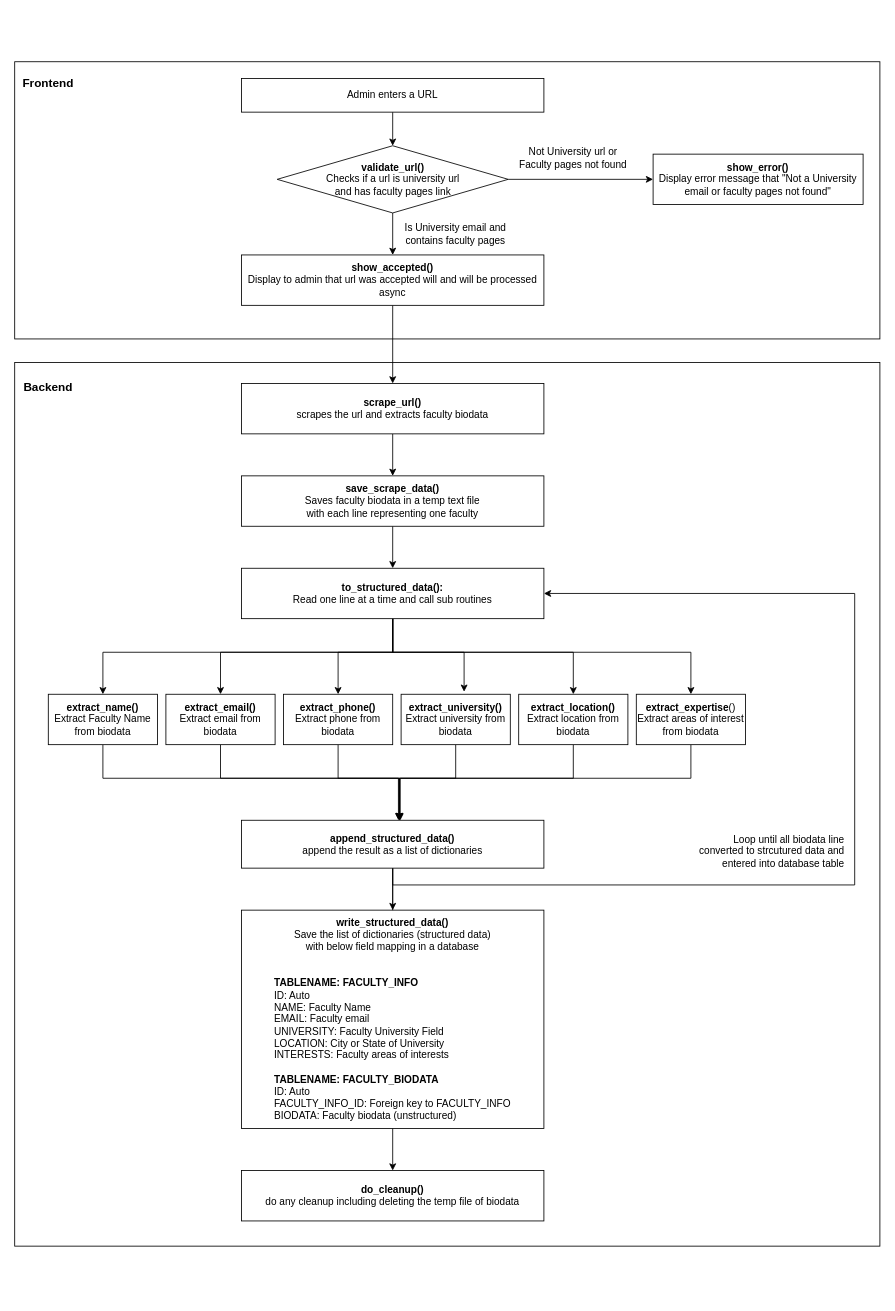
Above: docs/workflows/drawio/admin.drawio in ujjalsaha/FacultySearchEngine (draw.io), before the change. Source tidied: cells renumbered, new cells numbered last; positions are measured from the earlier drawing's top-left corner, leaving out a move shared by most shapes. Both pictures are drawn from the tidied source at 84%, with x=0, y=0 at pixel (14, 61).
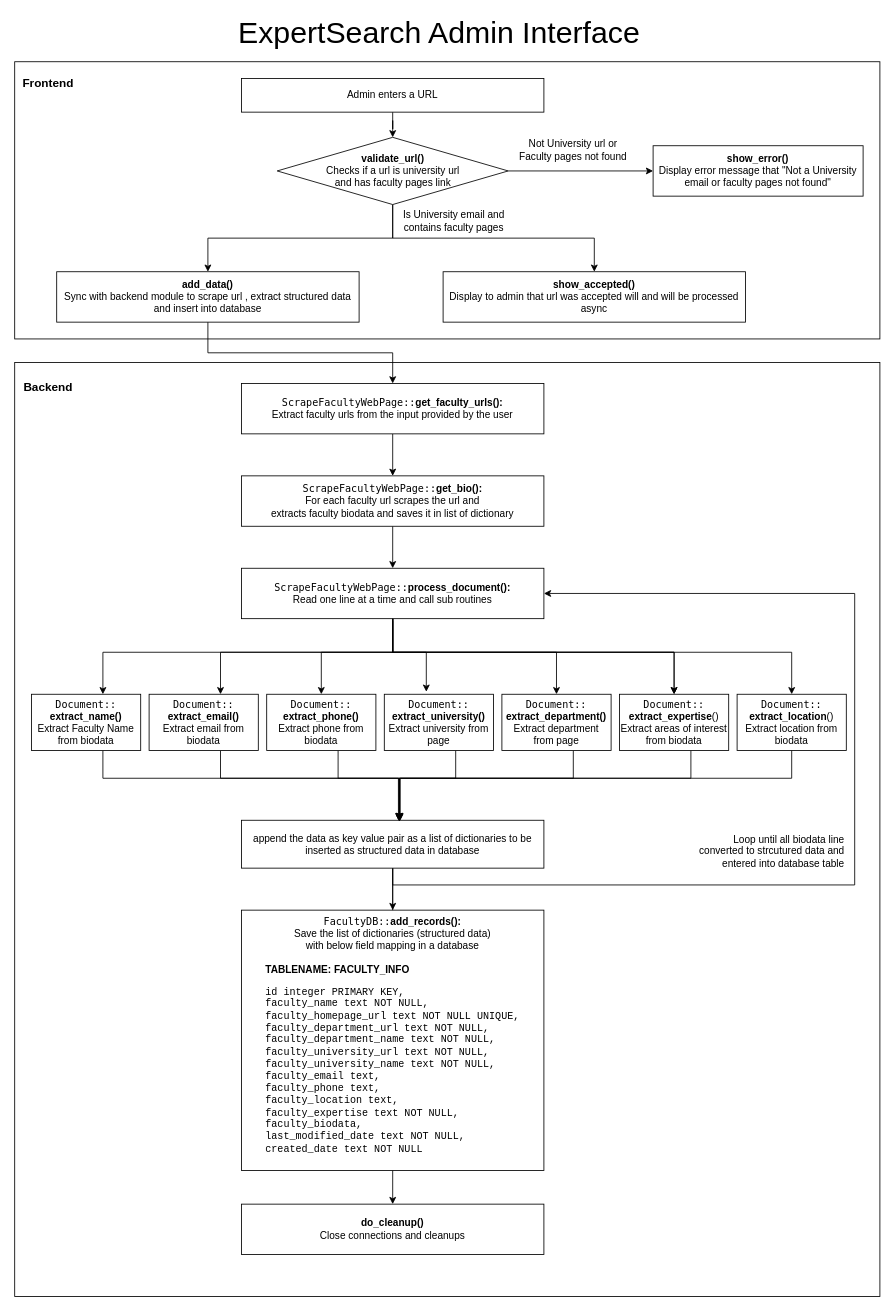
The same diagram, later.

What changed in the source:
```diff
@@
     <mxCell id="2" style="rounded=0;whiteSpace=wrap;html=1;fontSize=14;" parent="1" vertex="1">
-      <mxGeometry y="358" width="1030" height="1052" as="geometry" />
+      <mxGeometry y="358" width="1030" height="1112" as="geometry" />
     </mxCell>
@@
-    <mxCell id="7" value="&lt;b&gt;scrape_url()&lt;br&gt;&lt;/b&gt;scrapes the url and extracts faculty biodata" style="rounded=0;whiteSpace=wrap;html=1;" parent="1" vertex="1">
+    <mxCell id="7" value="&lt;span style=&quot;font-size: 9pt ; background-color: rgb(255 , 255 , 255) ; font-family: &amp;#34;menlo&amp;#34;&quot;&gt;ScrapeFacultyWebPage::&lt;/span&gt;&lt;b&gt;get_faculty_urls():&lt;br&gt;&lt;/b&gt;Extract faculty urls from the input provided by the user" style="rounded=0;whiteSpace=wrap;html=1;" parent="1" vertex="1">
       <mxGeometry x="270" y="383" width="360" height="60" as="geometry" />
     </mxCell>
@@
+    <mxCell id="46" style="edgeStyle=orthogonalEdgeStyle;rounded=0;jettySize=auto;html=1;" parent="1" edge="1" source="10" target="48">
+      <mxGeometry relative="1" as="geometry" />
+    </mxCell>
     <mxCell id="10" value="&lt;b&gt;&lt;span&gt;validate_url()&lt;/span&gt;&lt;br&gt;&lt;/b&gt;&lt;span&gt;Checks if a url is university url &lt;br&gt;and has faculty pages link&lt;/span&gt;" style="rhombus;whiteSpace=wrap;html=1;" parent="1" vertex="1">
-      <mxGeometry x="312.5" y="100" width="275" height="80" as="geometry" />
+      <mxGeometry x="312.5" y="90" width="275" height="80" as="geometry" />
     </mxCell>
     <mxCell id="11" value="Is University email and &lt;br&gt;contains faculty pages" style="text;html=1;strokeColor=none;fillColor=none;align=center;verticalAlign=middle;whiteSpace=wrap;rounded=0;" parent="1" vertex="1">
-      <mxGeometry x="410" y="190" width="230" height="30" as="geometry" />
+      <mxGeometry x="457.5" y="175" width="130" height="30" as="geometry" />
     </mxCell>
     <mxCell id="12" value="&lt;b&gt;show_error()&lt;br&gt;&lt;/b&gt;Display error message that &quot;Not a University email or faculty pages not found&quot;" style="rounded=0;whiteSpace=wrap;html=1;" parent="1" vertex="1">
-      <mxGeometry x="760" y="110" width="250" height="60" as="geometry" />
+      <mxGeometry x="760" y="100" width="250" height="60" as="geometry" />
     </mxCell>
     <mxCell id="13" value="Not University url or &lt;br&gt;Faculty pages not found" style="text;html=1;strokeColor=none;fillColor=none;align=center;verticalAlign=middle;whiteSpace=wrap;rounded=0;" parent="1" vertex="1">
-      <mxGeometry x="550" y="100" width="230" height="30" as="geometry" />
+      <mxGeometry x="550" y="90" width="230" height="30" as="geometry" />
     </mxCell>
@@
-    <mxCell id="15" value="&lt;b&gt;save_scrape_data()&lt;br&gt;&lt;/b&gt;Saves faculty biodata in a temp text file &lt;br&gt;with each line representing one faculty" style="rounded=0;whiteSpace=wrap;html=1;" parent="1" vertex="1">
+    <mxCell id="15" value="&lt;span style=&quot;font-size: 9pt ; background-color: rgb(255 , 255 , 255) ; font-family: &amp;#34;menlo&amp;#34;&quot;&gt;ScrapeFacultyWebPage::&lt;/span&gt;&lt;b&gt;get_bio():&lt;br&gt;&lt;/b&gt;For each faculty url scrapes the url and &lt;br&gt;extracts faculty biodata and saves it in list of dictionary" style="rounded=0;whiteSpace=wrap;html=1;" parent="1" vertex="1">
       <mxGeometry x="270" y="493" width="360" height="60" as="geometry" />
     </mxCell>
     <mxCell id="16" style="edgeStyle=orthogonalEdgeStyle;rounded=0;jettySize=auto;html=1;" parent="1" edge="1" source="22" target="26">
       <mxGeometry relative="1" as="geometry">
         <Array as="points">
           <mxPoint x="450" y="703" />
-          <mxPoint x="385" y="703" />
+          <mxPoint x="365" y="703" />
         </Array>
       </mxGeometry>
     </mxCell>
-    <mxCell id="17" style="edgeStyle=orthogonalEdgeStyle;rounded=0;jettySize=auto;html=1;entryX=0.577;entryY=-0.05;entryDx=0;entryDy=0;entryPerimeter=0;" parent="1" edge="1" source="22" target="28">
+    <mxCell id="17" style="edgeStyle=orthogonalEdgeStyle;rounded=0;jettySize=auto;html=1;" parent="1" edge="1" source="22">
       <mxGeometry relative="1" as="geometry">
+        <mxPoint x="490" y="750" as="targetPoint" />
         <Array as="points">
           <mxPoint x="450" y="703" />
-          <mxPoint x="535" y="703" />
+          <mxPoint x="490" y="703" />
+          <mxPoint x="490" y="750" />
         </Array>
       </mxGeometry>
     </mxCell>
     <mxCell id="18" style="edgeStyle=orthogonalEdgeStyle;rounded=0;jettySize=auto;html=1;entryX=0.5;entryY=0;entryDx=0;entryDy=0;exitX=0.5;exitY=1;exitDx=0;exitDy=0;" parent="1" edge="1" source="22" target="34">
       <mxGeometry relative="1" as="geometry">
         <Array as="points">
           <mxPoint x="450" y="703" />
-          <mxPoint x="805" y="703" />
+          <mxPoint x="785" y="703" />
         </Array>
       </mxGeometry>
     </mxCell>
@@
     <mxCell id="21" style="edgeStyle=orthogonalEdgeStyle;rounded=0;jettySize=auto;html=1;entryX=0.5;entryY=0;entryDx=0;entryDy=0;" parent="1" edge="1" source="22" target="32">
       <mxGeometry relative="1" as="geometry">
         <Array as="points">
           <mxPoint x="450" y="703" />
-          <mxPoint x="665" y="703" />
+          <mxPoint x="645" y="703" />
         </Array>
       </mxGeometry>
     </mxCell>
+    <mxCell id="47" style="edgeStyle=orthogonalEdgeStyle;rounded=0;jettySize=auto;html=1;entryX=0.5;entryY=0;entryDx=0;entryDy=0;" parent="1" edge="1" target="50">
+      <mxGeometry relative="1" as="geometry">
+        <mxPoint x="450" y="666" as="sourcePoint" />
+        <Array as="points">
+          <mxPoint x="450" y="703" />
+          <mxPoint x="925" y="703" />
+        </Array>
+      </mxGeometry>
+    </mxCell>
-    <mxCell id="22" value="&lt;b&gt;to_structured_data():&lt;br&gt;&lt;/b&gt;Read one line at a time and call sub routines" style="rounded=0;whiteSpace=wrap;html=1;" parent="1" vertex="1">
+    <mxCell id="22" value="&lt;span style=&quot;background-color: rgb(255 , 255 , 255) ; font-family: &amp;#34;menlo&amp;#34; ; font-size: 9pt&quot;&gt;ScrapeFacultyWebPage::&lt;/span&gt;&lt;b&gt;process_document():&lt;br&gt;&lt;/b&gt;Read one line at a time and call sub routines" style="rounded=0;whiteSpace=wrap;html=1;" parent="1" vertex="1">
       <mxGeometry x="270" y="603" width="360" height="60" as="geometry" />
     </mxCell>
@@
-    <mxCell id="24" value="&lt;b&gt;extract_email()&lt;br&gt;&lt;/b&gt;Extract email from biodata" style="whiteSpace=wrap;html=1;rounded=0;" parent="1" vertex="1">
-      <mxGeometry x="180" y="753" width="130" height="60" as="geometry" />
+    <mxCell id="24" value="&lt;span style=&quot;font-family: &amp;#34;menlo&amp;#34; ; background-color: rgb(255 , 255 , 255)&quot;&gt;Document::&lt;/span&gt;&lt;b&gt;&lt;br&gt;extract_email()&lt;br&gt;&lt;/b&gt;Extract email from biodata" style="whiteSpace=wrap;html=1;rounded=0;" parent="1" vertex="1">
+      <mxGeometry x="160" y="753" width="130" height="67" as="geometry" />
     </mxCell>
@@
-    <mxCell id="26" value="&lt;b&gt;extract_phone()&lt;br&gt;&lt;/b&gt;Extract phone from biodata" style="whiteSpace=wrap;html=1;rounded=0;" parent="1" vertex="1">
-      <mxGeometry x="320" y="753" width="130" height="60" as="geometry" />
+    <mxCell id="26" value="&lt;span style=&quot;font-family: &amp;#34;menlo&amp;#34; ; background-color: rgb(255 , 255 , 255)&quot;&gt;Document::&lt;/span&gt;&lt;b&gt;&lt;br&gt;extract_phone()&lt;br&gt;&lt;/b&gt;Extract phone from biodata" style="whiteSpace=wrap;html=1;rounded=0;" parent="1" vertex="1">
+      <mxGeometry x="300" y="753" width="130" height="67" as="geometry" />
     </mxCell>
@@
-    <mxCell id="28" value="&lt;b&gt;extract_university()&lt;br&gt;&lt;/b&gt;Extract university from biodata" style="whiteSpace=wrap;html=1;rounded=0;" parent="1" vertex="1">
-      <mxGeometry x="460" y="753" width="130" height="60" as="geometry" />
+    <mxCell id="28" value="&lt;span style=&quot;font-family: &amp;#34;menlo&amp;#34; ; background-color: rgb(255 , 255 , 255)&quot;&gt;Document::&lt;/span&gt;&lt;b&gt;&lt;br&gt;extract_university()&lt;br&gt;&lt;/b&gt;Extract university from page" style="whiteSpace=wrap;html=1;rounded=0;" parent="1" vertex="1">
+      <mxGeometry x="440" y="753" width="130" height="67" as="geometry" />
     </mxCell>
@@
-    <mxCell id="30" value="&lt;b&gt;extract_name()&lt;br&gt;&lt;/b&gt;Extract Faculty Name from biodata" style="whiteSpace=wrap;html=1;rounded=0;" parent="1" vertex="1">
-      <mxGeometry x="40" y="753" width="130" height="60" as="geometry" />
+    <mxCell id="30" value="&lt;span style=&quot;font-family: &amp;#34;menlo&amp;#34; ; background-color: rgb(255 , 255 , 255)&quot;&gt;Document::&lt;/span&gt;&lt;b&gt;&lt;br&gt;extract_name()&lt;br&gt;&lt;/b&gt;Extract Faculty Name from biodata" style="whiteSpace=wrap;html=1;rounded=0;" parent="1" vertex="1">
+      <mxGeometry x="20" y="753" width="130" height="67" as="geometry" />
     </mxCell>
@@
-    <mxCell id="32" value="&lt;b&gt;extract_location()&lt;br&gt;&lt;/b&gt;Extract location from biodata" style="whiteSpace=wrap;html=1;rounded=0;" parent="1" vertex="1">
-      <mxGeometry x="600" y="753" width="130" height="60" as="geometry" />
+    <mxCell id="32" value="&lt;span style=&quot;font-family: &amp;#34;menlo&amp;#34; ; background-color: rgb(255 , 255 , 255)&quot;&gt;Document::&lt;/span&gt;&lt;b&gt;&lt;br&gt;extract_department()&lt;br&gt;&lt;/b&gt;Extract department from page" style="whiteSpace=wrap;html=1;rounded=0;" parent="1" vertex="1">
+      <mxGeometry x="580" y="753" width="130" height="67" as="geometry" />
     </mxCell>
@@
-    <mxCell id="34" value="&lt;b&gt;extract_expertise&lt;/b&gt;() Extract areas of interest from biodata" style="whiteSpace=wrap;html=1;rounded=0;" parent="1" vertex="1">
-      <mxGeometry x="740" y="753" width="130" height="60" as="geometry" />
+    <mxCell id="34" value="&lt;span style=&quot;font-family: &amp;#34;menlo&amp;#34; ; background-color: rgb(255 , 255 , 255)&quot;&gt;Document::&lt;br&gt;&lt;/span&gt;&lt;b&gt;extract_expertise&lt;/b&gt;() Extract areas of interest from biodata" style="whiteSpace=wrap;html=1;rounded=0;" parent="1" vertex="1">
+      <mxGeometry x="720" y="753" width="130" height="67" as="geometry" />
     </mxCell>
@@
-    <mxCell id="38" value="&lt;span&gt;&lt;b&gt;append_structured_data()&lt;br&gt;&lt;/b&gt;append the result as a list of dictionaries&lt;br&gt;&lt;/span&gt;" style="rounded=0;whiteSpace=wrap;html=1;" parent="1" vertex="1">
+    <mxCell id="38" value="&lt;span&gt;append the data as key value pair as a list of dictionaries to be inserted as structured data in database&lt;br&gt;&lt;/span&gt;" style="rounded=0;whiteSpace=wrap;html=1;" parent="1" vertex="1">
       <mxGeometry x="270" y="903" width="360" height="57" as="geometry" />
     </mxCell>
-    <mxCell id="39" value="&lt;b&gt;do_cleanup()&lt;br&gt;&lt;/b&gt;do any cleanup including deleting the temp file of biodata" style="whiteSpace=wrap;html=1;rounded=0;" parent="1" vertex="1">
-      <mxGeometry x="270" y="1320" width="360" height="60" as="geometry" />
+    <mxCell id="39" value="&lt;b&gt;do_cleanup()&lt;br&gt;&lt;/b&gt;Close connections and cleanups" style="whiteSpace=wrap;html=1;rounded=0;" parent="1" vertex="1">
+      <mxGeometry x="270" y="1360" width="360" height="60" as="geometry" />
     </mxCell>
@@
-    <mxCell id="41" style="edgeStyle=orthogonalEdgeStyle;rounded=0;jettySize=auto;html=1;entryX=0.5;entryY=0;entryDx=0;entryDy=0;" parent="1" edge="1" source="42" target="7">
+    <mxCell id="41" style="edgeStyle=orthogonalEdgeStyle;rounded=0;jettySize=auto;html=1;entryX=0.5;entryY=0;entryDx=0;entryDy=0;exitX=0.5;exitY=1;exitDx=0;exitDy=0;" parent="1" edge="1" source="48" target="7">
       <mxGeometry relative="1" as="geometry" />
     </mxCell>
     <mxCell id="42" value="&lt;b&gt;show_accepted()&lt;br&gt;&lt;/b&gt;Display to admin that url was accepted will and will be processed async" style="rounded=0;whiteSpace=wrap;html=1;" parent="1" vertex="1">
-      <mxGeometry x="270" y="230" width="360" height="60" as="geometry" />
+      <mxGeometry x="510" y="250" width="360" height="60" as="geometry" />
     </mxCell>
@@
-    <mxCell id="45" value="&lt;b&gt;&lt;span&gt;write_structured_data()&lt;/span&gt;&lt;br&gt;&lt;/b&gt;&lt;span&gt;Save the list of dictionaries (structured data) &lt;br&gt;with below field mapping in a database&lt;br&gt;&lt;/span&gt;&lt;br&gt;&lt;br&gt;&lt;div style=&quot;text-align: left&quot;&gt;&lt;b&gt;TABLENAME: FACULTY_INFO&lt;/b&gt;&lt;/div&gt;&lt;div style=&quot;text-align: left&quot;&gt;ID: Auto&amp;nbsp;&lt;/div&gt;&lt;div style=&quot;text-align: left&quot;&gt;NAME: Faculty Name&lt;/div&gt;&lt;div style=&quot;text-align: left&quot;&gt;EMAIL: Faculty email&lt;/div&gt;&lt;div style=&quot;text-align: left&quot;&gt;UNIVERSITY: Faculty University Field&lt;/div&gt;&lt;div style=&quot;text-align: left&quot;&gt;LOCATION: City or State of University&lt;/div&gt;&lt;div style=&quot;text-align: left&quot;&gt;INTERESTS: Faculty areas of interests&lt;/div&gt;&lt;div style=&quot;text-align: left&quot;&gt;&lt;br&gt;&lt;/div&gt;&lt;div style=&quot;text-align: left&quot;&gt;&lt;b&gt;TABLENAME: FACULTY_BIODATA&lt;/b&gt;&lt;/div&gt;&lt;div style=&quot;text-align: left&quot;&gt;ID: Auto&amp;nbsp;&lt;/div&gt;&lt;div style=&quot;text-align: left&quot;&gt;FACULTY_INFO_ID: Foreign key to FACULTY_INFO&lt;/div&gt;&lt;div style=&quot;text-align: left&quot;&gt;BIODATA: Faculty biodata (unstructured)&lt;/div&gt;" style="whiteSpace=wrap;html=1;rounded=0;" parent="1" vertex="1">
-      <mxGeometry x="270" y="1010" width="360" height="260" as="geometry" />
+    <mxCell id="45" value="&lt;span style=&quot;font-size: 9pt ; background-color: rgb(255 , 255 , 255) ; font-family: &amp;#34;menlo&amp;#34;&quot;&gt;FacultyDB::&lt;/span&gt;&lt;b&gt;add_records():&lt;br&gt;&lt;/b&gt;&lt;span&gt;Save the list of dictionaries (structured data) &lt;br&gt;with below field mapping in a database&lt;br&gt;&lt;/span&gt;&lt;br&gt;&lt;div style=&quot;text-align: left&quot;&gt;&lt;b&gt;TABLENAME: FACULTY_INFO&lt;/b&gt;&lt;/div&gt;&lt;div style=&quot;text-align: left&quot;&gt;&lt;pre&gt;id integer PRIMARY KEY,&lt;br&gt;faculty_name text NOT NULL,&lt;br&gt;faculty_homepage_url text NOT NULL UNIQUE,&lt;br&gt;faculty_department_url text NOT NULL,&lt;br&gt;faculty_department_name text NOT NULL,&lt;br&gt;faculty_university_url text NOT NULL,&lt;br&gt;faculty_university_name text NOT NULL,&lt;br&gt;faculty_email text,&lt;br&gt;faculty_phone text,&lt;br&gt;faculty_location text,&lt;br&gt;faculty_expertise text NOT NULL,&lt;br&gt;faculty_biodata,&lt;br&gt;last_modified_date text NOT NULL,&lt;br&gt;created_date text NOT NULL&lt;/pre&gt;&lt;/div&gt;" style="whiteSpace=wrap;html=1;rounded=0;" parent="1" vertex="1">
+      <mxGeometry x="270" y="1010" width="360" height="310" as="geometry" />
     </mxCell>
+    <mxCell id="48" value="&lt;b&gt;add_data()&lt;br&gt;&lt;/b&gt;Sync with backend module to scrape url , extract structured data and insert into database" style="rounded=0;whiteSpace=wrap;html=1;" parent="1" vertex="1">
+      <mxGeometry x="50" y="250" width="360" height="60" as="geometry" />
+    </mxCell>
+    <mxCell id="49" style="edgeStyle=orthogonalEdgeStyle;rounded=0;orthogonalLoop=1;jettySize=auto;html=1;entryX=0.522;entryY=-0.018;entryDx=0;entryDy=0;entryPerimeter=0;" parent="1" edge="1">
+      <mxGeometry relative="1" as="geometry">
+        <mxPoint x="925" y="816" as="sourcePoint" />
+        <mxPoint x="457.9" y="905" as="targetPoint" />
+        <Array as="points">
+          <mxPoint x="925" y="853" />
+          <mxPoint x="458" y="853" />
+        </Array>
+      </mxGeometry>
+    </mxCell>
+    <mxCell id="50" value="&lt;span style=&quot;font-family: &amp;#34;menlo&amp;#34; ; background-color: rgb(255 , 255 , 255)&quot;&gt;Document::&lt;br&gt;&lt;/span&gt;&lt;b&gt;extract_location&lt;/b&gt;() Extract location from biodata" style="whiteSpace=wrap;html=1;rounded=0;" parent="1" vertex="1">
+      <mxGeometry x="860" y="753" width="130" height="67" as="geometry" />
+    </mxCell>
+    <mxCell id="51" style="edgeStyle=orthogonalEdgeStyle;rounded=0;orthogonalLoop=1;jettySize=auto;html=1;entryX=0.5;entryY=0;entryDx=0;entryDy=0;exitX=0.5;exitY=1;exitDx=0;exitDy=0;" parent="1" edge="1">
+      <mxGeometry relative="1" as="geometry">
+        <mxPoint x="450" y="663" as="sourcePoint" />
+        <mxPoint x="785" y="753" as="targetPoint" />
+        <Array as="points">
+          <mxPoint x="450" y="703" />
+          <mxPoint x="785" y="703" />
+        </Array>
+      </mxGeometry>
+    </mxCell>
+    <mxCell id="52" value="&lt;font style=&quot;font-size: 36px&quot;&gt;ExpertSearch Admin Interface&lt;/font&gt;" style="text;html=1;strokeColor=none;fillColor=none;align=center;verticalAlign=middle;whiteSpace=wrap;rounded=0;" parent="1" vertex="1">
+      <mxGeometry x="242.5" y="-50" width="525" height="30" as="geometry" />
+    </mxCell>
```
